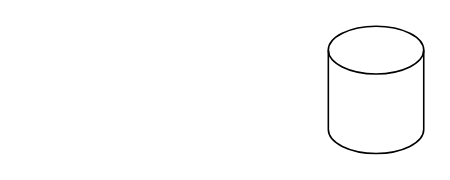
Before: Untitled Diagram.drawio in bijoythomask/documentaion, a draw.io diagram. Source tidied: cells renumbered, new cells numbered last; positions are measured from the earlier drawing's top-left corner, leaving out a move shared by most shapes. Both pictures are drawn from the tidied source at 159%, with x=0, y=0 at pixel (328, 25).
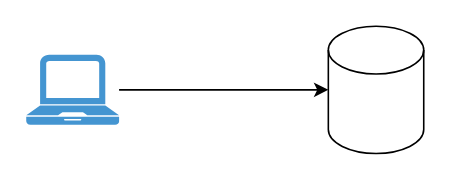
The same page after the edit.

Change to the diagram source:
```diff
@@
 <mxGraphModel>
   <root>
     <mxCell id="0" />
     <mxCell id="1" parent="0" />
     <mxCell id="2" style="shape=cylinder2;whiteSpace=wrap;html=1;boundedLbl=1;backgroundOutline=1;size=15;" parent="1" vertex="1">
       <mxGeometry width="60" height="80" as="geometry" />
     </mxCell>
+    <mxCell id="3" style="edgeStyle=orthogonalEdgeStyle;rounded=0;jettySize=auto;html=1;" parent="1" edge="1" source="4" target="2">
+      <mxGeometry relative="1" as="geometry" />
+    </mxCell>
+    <mxCell id="4" style="shadow=0;dashed=0;html=1;strokeColor=none;fillColor=#4495D1;labelPosition=center;verticalLabelPosition=bottom;verticalAlign=top;align=center;outlineConnect=0;shape=mxgraph.veeam.laptop;" parent="1" vertex="1">
+      <mxGeometry x="-190" y="18" width="58.4" height="44" as="geometry" />
+    </mxCell>
   </root>
 </mxGraphModel>
```
